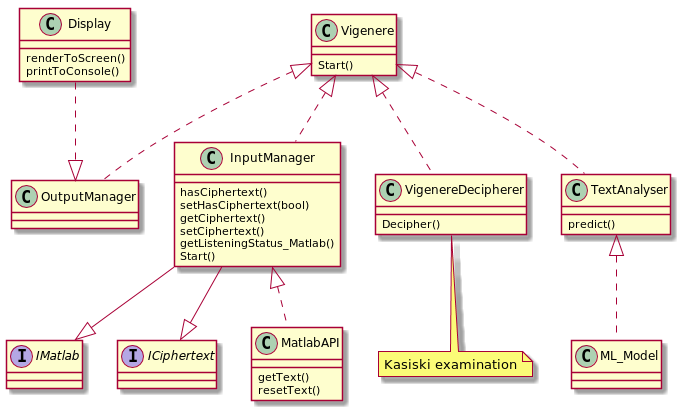
Above: uml/prog.png in adamoceanic/vigenere-victory (PlantUML), before the change.
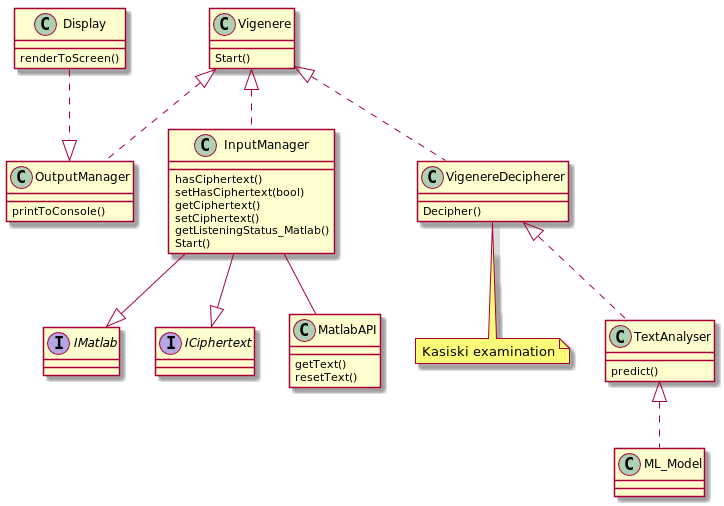
After the commit.

The edit, as a diff of the source:
```diff
@@ -2,15 +2,16 @@
 
 
 
+
+Vigenere <|.. OutputManager
 Vigenere <|.. InputManager
-Vigenere <|.. OutputManager
 
 Display ..|> OutputManager
 
 Vigenere <|.. VigenereDecipherer
 note bottom of VigenereDecipherer : Kasiski examination
 
-Vigenere <|.. TextAnalyser
+VigenereDecipherer <|.. TextAnalyser
 TextAnalyser <|.. ML_Model
 
 Vigenere : Start()
@@ -21,7 +22,7 @@
 
 InputManager --|> IMatlab
 InputManager --|> ICiphertext
-InputManager <|.. MatlabAPI
+InputManager -- MatlabAPI
 
 
 InputManager : hasCiphertext()
@@ -32,7 +33,7 @@
 InputManager : Start()
 TextAnalyser : predict()
 Display : renderToScreen()
-Display : printToConsole()
+OutputManager : printToConsole()
 
 
 MatlabAPI : getText()
```
